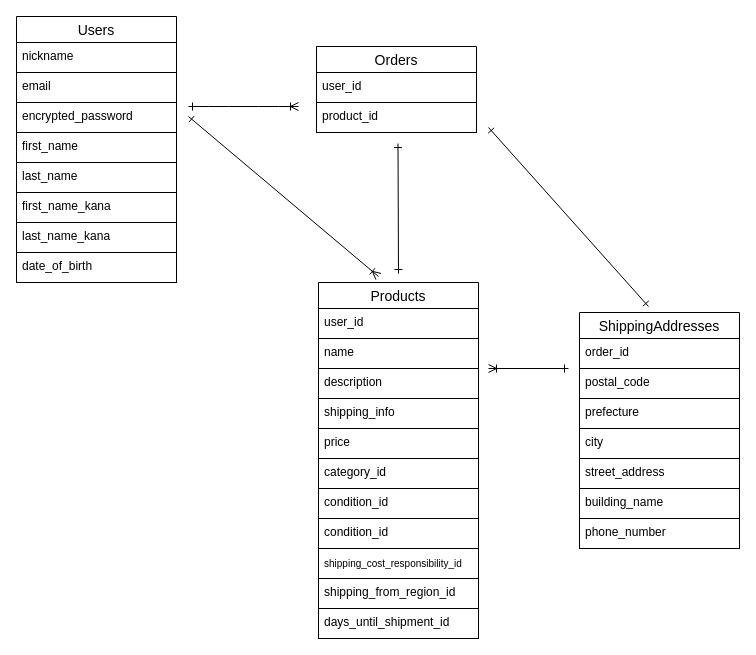
buhibuhiRich/furima-39891 keeps this draw.io diagram as page "ページ1" (1 of 2) of test.dio. Above is the earlier version. Source tidied: cells renumbered, new cells numbered last; positions are measured from the earlier drawing's top-left corner, leaving out a move shared by most shapes. Both pictures are drawn from the tidied source at 100%, with x=0, y=0 at pixel (16, 16).
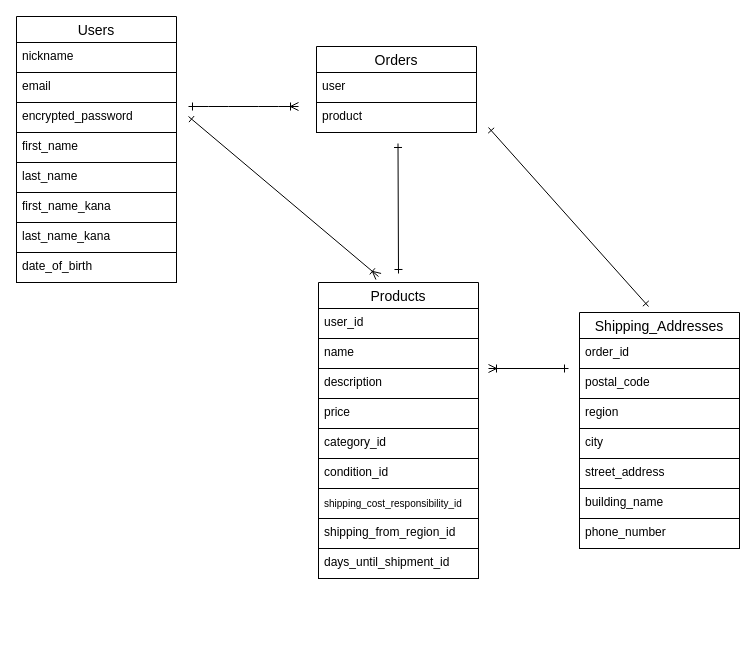
The same diagram, later.

Unchanged cells that the change refers to:
```xml
<mxCell id="18" value="Orders" style="swimlane;fontStyle=0;horizontal=1;startSize=26;align=center;fontSize=14;" parent="1" vertex="1">
  <mxGeometry x="300" y="30" width="160" height="86" as="geometry" />
</mxCell>
```

What changed in the source:
```diff
@@
     <mxCell id="15" value="category_id" style="text;strokeColor=default;fillColor=none;spacingLeft=4;spacingRight=4;overflow=hidden;fontSize=12;" parent="1" vertex="1">
-      <mxGeometry x="302" y="442" width="160" height="30" as="geometry" />
+      <mxGeometry x="302" y="412" width="160" height="30" as="geometry" />
     </mxCell>
-    <mxCell id="16" value="shipping_info" style="text;strokeColor=default;fillColor=none;spacingLeft=4;spacingRight=4;overflow=hidden;fontSize=12;" parent="1" vertex="1">
-      <mxGeometry x="302" y="382" width="160" height="30" as="geometry" />
-    </mxCell>
     <mxCell id="17" value="price" style="text;strokeColor=default;fillColor=none;spacingLeft=4;spacingRight=4;overflow=hidden;fontSize=12;" parent="1" vertex="1">
-      <mxGeometry x="302" y="412" width="160" height="30" as="geometry" />
+      <mxGeometry x="302" y="382" width="160" height="30" as="geometry" />
     </mxCell>
@@
-    <mxCell id="19" value="user_id" style="text;strokeColor=default;fillColor=none;spacingLeft=4;spacingRight=4;overflow=hidden;fontSize=12;" parent="18" vertex="1">
+    <mxCell id="19" value="user" style="text;strokeColor=default;fillColor=none;spacingLeft=4;spacingRight=4;overflow=hidden;fontSize=12;" parent="18" vertex="1">
       <mxGeometry y="26" width="160" height="30" as="geometry" />
     </mxCell>
-    <mxCell id="20" value="product_id" style="text;strokeColor=default;fillColor=none;spacingLeft=4;spacingRight=4;overflow=hidden;fontSize=12;" parent="18" vertex="1">
+    <mxCell id="20" value="product" style="text;strokeColor=default;fillColor=none;spacingLeft=4;spacingRight=4;overflow=hidden;fontSize=12;" parent="18" vertex="1">
       <mxGeometry y="56" width="160" height="30" as="geometry" />
     </mxCell>
-    <mxCell id="21" value="ShippingAddresses" style="swimlane;fontStyle=0;horizontal=1;startSize=26;align=center;fontSize=14;" parent="1" vertex="1">
+    <mxCell id="21" value="Shipping_Addresses" style="swimlane;fontStyle=0;horizontal=1;startSize=26;align=center;fontSize=14;" parent="1" vertex="1">
       <mxGeometry x="563" y="296" width="160" height="146" as="geometry" />
     </mxCell>
@@
-    <mxCell id="24" value="prefecture" style="text;strokeColor=default;fillColor=none;spacingLeft=4;spacingRight=4;overflow=hidden;fontSize=12;" parent="21" vertex="1">
+    <mxCell id="24" value="region" style="text;strokeColor=default;fillColor=none;spacingLeft=4;spacingRight=4;overflow=hidden;fontSize=12;" parent="21" vertex="1">
       <mxGeometry y="86" width="160" height="30" as="geometry" />
     </mxCell>
@@
-    <mxCell id="34" value="condition_id" style="text;strokeColor=default;fillColor=none;spacingLeft=4;spacingRight=4;overflow=hidden;fontSize=12;" parent="1" vertex="1">
-      <mxGeometry x="302" y="472" width="160" height="30" as="geometry" />
-    </mxCell>
     <mxCell id="35" value="shipping_cost_responsibility_id" style="text;strokeColor=default;fillColor=none;spacingLeft=4;spacingRight=4;overflow=hidden;fontSize=10;verticalAlign=middle;" parent="1" vertex="1">
-      <mxGeometry x="302" y="532" width="160" height="30" as="geometry" />
+      <mxGeometry x="302" y="472" width="160" height="30" as="geometry" />
     </mxCell>
     <mxCell id="36" value="shipping_from_region_id" style="text;strokeColor=default;fillColor=none;spacingLeft=4;spacingRight=4;overflow=hidden;fontSize=12;" parent="1" vertex="1">
-      <mxGeometry x="302" y="562" width="160" height="30" as="geometry" />
+      <mxGeometry x="302" y="502" width="160" height="30" as="geometry" />
     </mxCell>
     <mxCell id="37" value="condition_id" style="text;strokeColor=default;fillColor=none;spacingLeft=4;spacingRight=4;overflow=hidden;fontSize=12;" parent="1" vertex="1">
-      <mxGeometry x="302" y="502" width="160" height="30" as="geometry" />
+      <mxGeometry x="302" y="442" width="160" height="30" as="geometry" />
     </mxCell>
     <mxCell id="38" value="days_until_shipment_id" style="text;strokeColor=default;fillColor=none;spacingLeft=4;spacingRight=4;overflow=hidden;fontSize=12;" parent="1" vertex="1">
-      <mxGeometry x="302" y="592" width="160" height="30" as="geometry" />
+      <mxGeometry x="302" y="532" width="160" height="30" as="geometry" />
     </mxCell>
```
